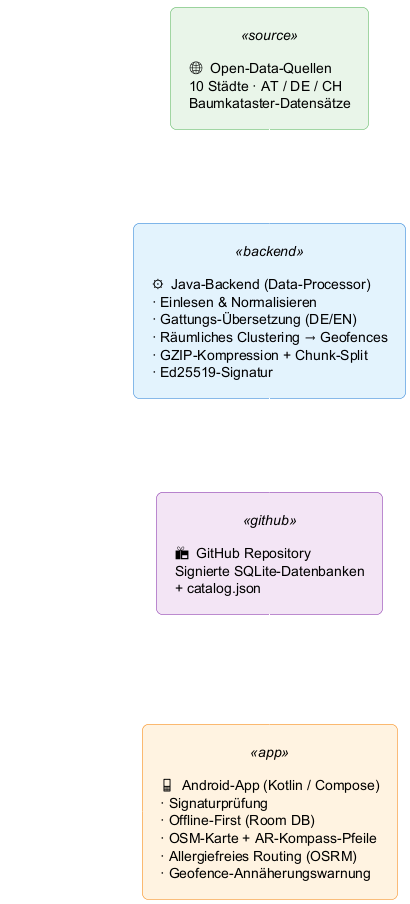
This is docs/architecture/00_overview.png from matthili/BaumRadar, a PlantUML export, as it was before one commit.
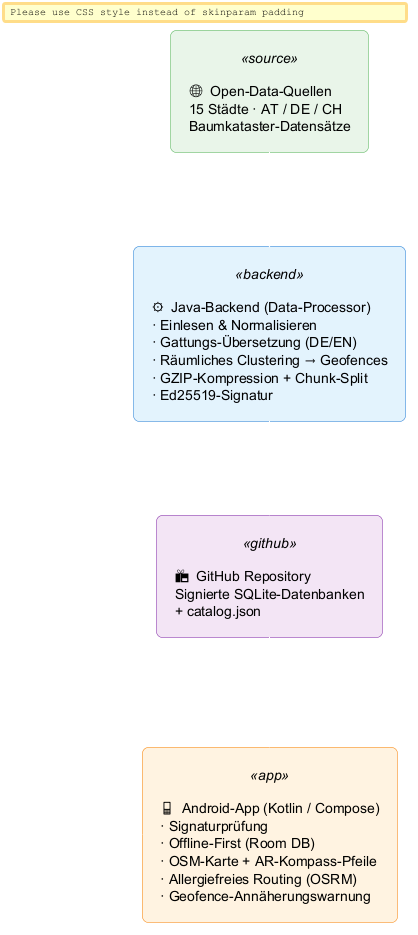
Later version of the same file.

Diff of the diagram source:
```diff
@@ -25,7 +25,7 @@
   BorderColor<<app>> #F57C00
 }
 
-rectangle "🌐  Open-Data-Quellen\n10 Städte · AT / DE / CH\nBaumkataster-Datensätze" as Src <<source>>
+rectangle "🌐  Open-Data-Quellen\n15 Städte · AT / DE / CH\nBaumkataster-Datensätze" as Src <<source>>
 
 rectangle "⚙️  Java-Backend (Data-Processor)\n· Einlesen & Normalisieren\n· Gattungs-Übersetzung (DE/EN)\n· Räumliches Clustering → Geofences\n· GZIP-Kompression + Chunk-Split\n· Ed25519-Signatur" as BE <<backend>>
 
```
